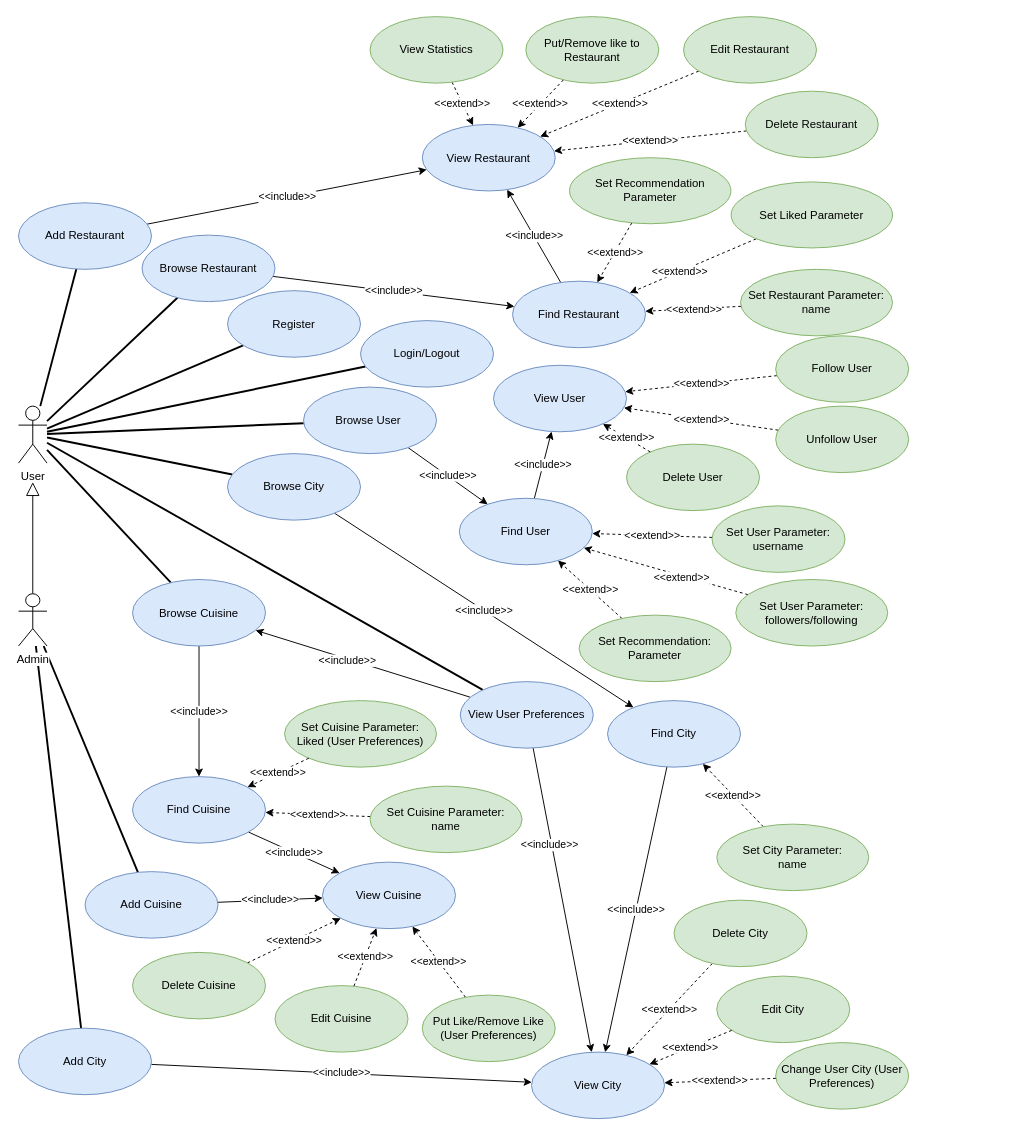
This is diagrams/usecases.drawio from spampas/restaurant_recommendation_graphdb, a draw.io file, before an edit. Source tidied: cells renumbered, new cells numbered last; positions are measured from the earlier drawing's top-left corner, leaving out a move shared by most shapes. Both pictures are drawn from the tidied source at 95%, with x=0, y=0 at pixel (18, 16).
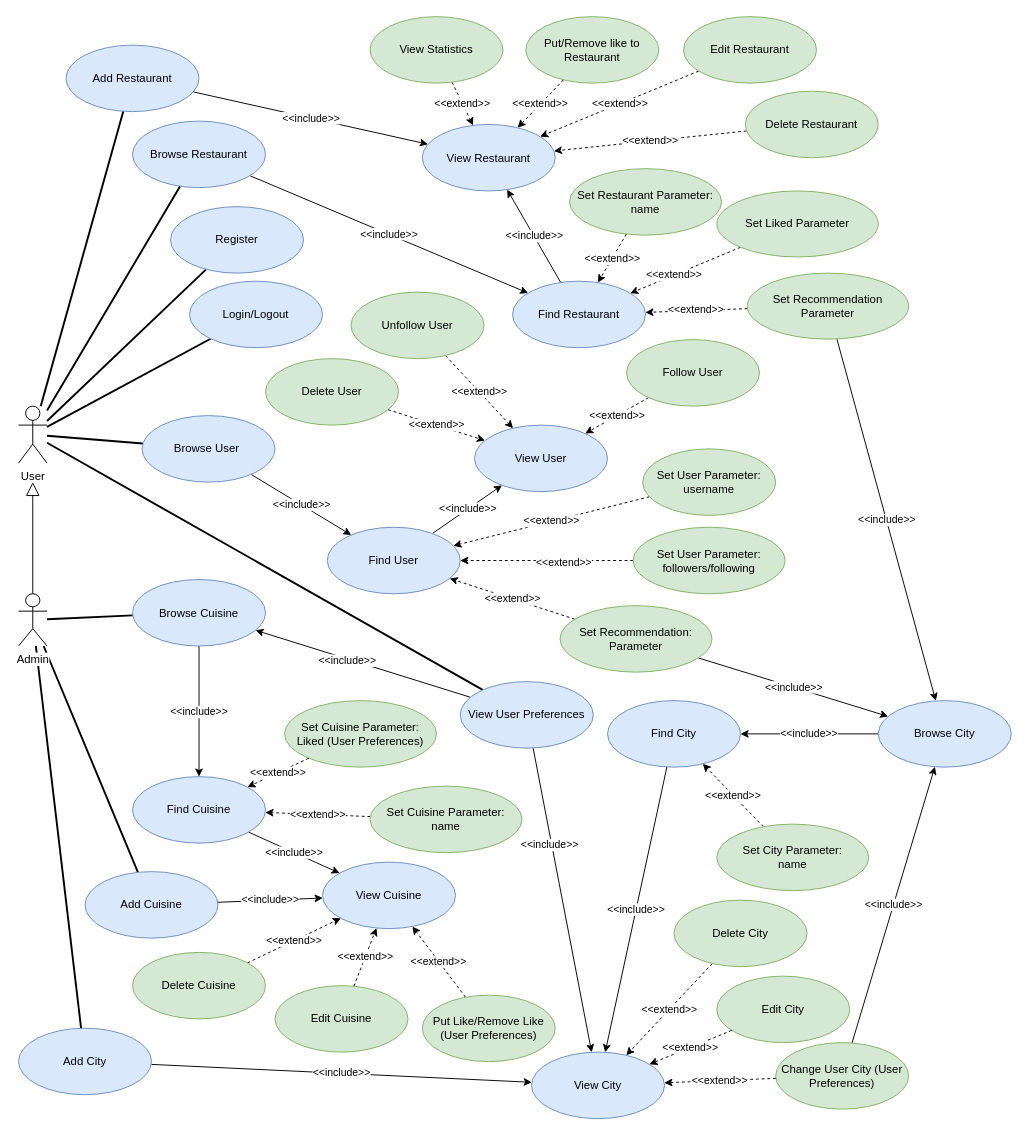
The same diagram, later.

The change refers to these unchanged cells:
```xml
<mxCell id="44" value="Admin" style="shape=umlActor;verticalLabelPosition=bottom;labelBackgroundColor=#ffffff;verticalAlign=top;html=1;" parent="1" vertex="1">
  <mxGeometry y="607.5" width="30" height="55" as="geometry" />
</mxCell>
<mxCell id="58" value="Browse Cuisine" style="ellipse;whiteSpace=wrap;html=1;fontSize=12;fillColor=#dae8fc;strokeColor=#6c8ebf;" parent="1" vertex="1">
  <mxGeometry x="120" y="592.5" width="140" height="70" as="geometry" />
</mxCell>
<mxCell id="89" value="Change User City (User Preferences)" style="ellipse;whiteSpace=wrap;html=1;fontSize=12;fillColor=#d5e8d4;strokeColor=#82b366;" parent="1" vertex="1">
  <mxGeometry x="797" y="1080" width="140" height="70" as="geometry" />
</mxCell>
<mxCell id="91" value="User" style="shape=umlActor;verticalLabelPosition=bottom;labelBackgroundColor=#ffffff;verticalAlign=top;html=1;" parent="1" vertex="1">
  <mxGeometry y="410" width="30" height="60" as="geometry" />
</mxCell>
```

Change to the diagram source:
```diff
@@
-    <mxCell id="7" style="edgeStyle=none;rounded=0;jettySize=auto;html=1;endArrow=none;endFill=0;strokeWidth=2;" parent="1" edge="1" source="91" target="56">
-      <mxGeometry relative="1" as="geometry" />
-    </mxCell>
-    <mxCell id="8" style="edgeStyle=none;rounded=0;jettySize=auto;html=1;endArrow=none;endFill=0;strokeWidth=2;" parent="1" edge="1" source="91" target="58">
+    <mxCell id="8" style="edgeStyle=none;rounded=0;jettySize=auto;html=1;endArrow=none;endFill=0;strokeWidth=2;" parent="1" edge="1" source="44" target="58">
       <mxGeometry relative="1" as="geometry" />
     </mxCell>
@@
     <mxCell id="10" value="Add Restaurant" style="ellipse;whiteSpace=wrap;html=1;fontSize=12;fillColor=#dae8fc;strokeColor=#6c8ebf;" parent="1" vertex="1">
-      <mxGeometry y="196" width="140" height="70" as="geometry" />
+      <mxGeometry x="50" y="30" width="140" height="70" as="geometry" />
     </mxCell>
     <mxCell id="11" value="Register" style="ellipse;whiteSpace=wrap;html=1;fontSize=12;fillColor=#dae8fc;strokeColor=#6c8ebf;" parent="1" vertex="1">
-      <mxGeometry x="220" y="288.5" width="140" height="70" as="geometry" />
+      <mxGeometry x="160" y="200" width="140" height="70" as="geometry" />
     </mxCell>
     <mxCell id="12" value="Login/Logout" style="ellipse;whiteSpace=wrap;html=1;fontSize=12;fillColor=#dae8fc;strokeColor=#6c8ebf;" parent="1" vertex="1">
-      <mxGeometry x="360" y="320" width="140" height="70" as="geometry" />
+      <mxGeometry x="180" y="278.5" width="140" height="70" as="geometry" />
     </mxCell>
@@
     <mxCell id="19" value="Browse User&amp;nbsp;" style="ellipse;whiteSpace=wrap;html=1;fontSize=12;fillColor=#dae8fc;strokeColor=#6c8ebf;" parent="1" vertex="1">
-      <mxGeometry x="300" y="390" width="140" height="70" as="geometry" />
+      <mxGeometry x="130" y="420" width="140" height="70" as="geometry" />
     </mxCell>
@@
     <mxCell id="21" value="Find User" style="ellipse;whiteSpace=wrap;html=1;fontSize=12;fillColor=#dae8fc;strokeColor=#6c8ebf;" parent="1" vertex="1">
-      <mxGeometry x="464" y="507" width="140" height="70" as="geometry" />
+      <mxGeometry x="325" y="537.5" width="140" height="70" as="geometry" />
     </mxCell>
@@
     <mxCell id="23" value="Set User Parameter:&lt;br&gt;username" style="ellipse;whiteSpace=wrap;html=1;fontSize=12;fillColor=#d5e8d4;strokeColor=#82b366;" parent="1" vertex="1">
-      <mxGeometry x="730" y="515" width="140" height="70" as="geometry" />
+      <mxGeometry x="657" y="455" width="140" height="70" as="geometry" />
     </mxCell>
     <mxCell id="24" value="View User" style="ellipse;whiteSpace=wrap;html=1;fontSize=12;fillColor=#dae8fc;strokeColor=#6c8ebf;" parent="1" vertex="1">
-      <mxGeometry x="500" y="367" width="140" height="70" as="geometry" />
+      <mxGeometry x="480" y="430" width="140" height="70" as="geometry" />
     </mxCell>
@@
     <mxCell id="26" value="Follow User" style="ellipse;whiteSpace=wrap;html=1;fontSize=12;fillColor=#d5e8d4;strokeColor=#82b366;" parent="1" vertex="1">
-      <mxGeometry x="797" y="336" width="140" height="70" as="geometry" />
+      <mxGeometry x="640" y="340" width="140" height="70" as="geometry" />
     </mxCell>
@@
     <mxCell id="28" value="Unfollow User" style="ellipse;whiteSpace=wrap;html=1;fontSize=12;fillColor=#d5e8d4;strokeColor=#82b366;" parent="1" vertex="1">
-      <mxGeometry x="797" y="410" width="140" height="70" as="geometry" />
+      <mxGeometry x="350" y="290" width="140" height="70" as="geometry" />
     </mxCell>
@@
     <mxCell id="30" value="Browse Restaurant" style="ellipse;whiteSpace=wrap;html=1;fontSize=12;fillColor=#dae8fc;strokeColor=#6c8ebf;" parent="1" vertex="1">
-      <mxGeometry x="130" y="230" width="140" height="70" as="geometry" />
+      <mxGeometry x="120" y="110" width="140" height="70" as="geometry" />
     </mxCell>
@@
     <mxCell id="34" value="Set Restaurant Parameter:&lt;br&gt;name" style="ellipse;whiteSpace=wrap;html=1;fontSize=12;fillColor=#d5e8d4;strokeColor=#82b366;" parent="1" vertex="1">
-      <mxGeometry x="760" y="266" width="160" height="70" as="geometry" />
+      <mxGeometry x="580" y="160" width="160" height="70" as="geometry" />
     </mxCell>
@@
+    <mxCell id="94" value="&amp;lt;&amp;lt;include&amp;gt;&amp;gt;" style="edgeStyle=none;rounded=0;jettySize=auto;html=1;" parent="1" edge="1" source="36" target="56">
+      <mxGeometry relative="1" as="geometry" />
+    </mxCell>
     <mxCell id="36" value="Set Recommendation Parameter" style="ellipse;whiteSpace=wrap;html=1;fontSize=12;fillColor=#d5e8d4;strokeColor=#82b366;" parent="1" vertex="1">
-      <mxGeometry x="580" y="148.5" width="169.9" height="69.5" as="geometry" />
+      <mxGeometry x="767.1" y="270" width="169.9" height="69.5" as="geometry" />
     </mxCell>
@@
+    <mxCell id="95" value="&amp;lt;&amp;lt;include&amp;gt;&amp;gt;" style="edgeStyle=none;rounded=0;jettySize=auto;html=1;" parent="1" edge="1" source="40" target="56">
+      <mxGeometry relative="1" as="geometry" />
+    </mxCell>
     <mxCell id="40" value="Set Recommendation: Parameter" style="ellipse;whiteSpace=wrap;html=1;fontSize=12;fillColor=#d5e8d4;strokeColor=#82b366;" parent="1" vertex="1">
-      <mxGeometry x="590.1" y="630" width="160" height="70" as="geometry" />
+      <mxGeometry x="570" y="620" width="160" height="70" as="geometry" />
     </mxCell>
@@
     <mxCell id="56" value="Browse City" style="ellipse;whiteSpace=wrap;html=1;fontSize=12;fillColor=#dae8fc;strokeColor=#6c8ebf;" parent="1" vertex="1">
-      <mxGeometry x="220" y="460" width="140" height="70" as="geometry" />
+      <mxGeometry x="905" y="720" width="140" height="70" as="geometry" />
     </mxCell>
@@
     <mxCell id="73" value="Set Liked Parameter" style="ellipse;whiteSpace=wrap;html=1;fontSize=12;fillColor=#d5e8d4;strokeColor=#82b366;" parent="1" vertex="1">
-      <mxGeometry x="750.1" y="174" width="169.9" height="69.5" as="geometry" />
+      <mxGeometry x="735.1" y="183.5" width="169.9" height="69.5" as="geometry" />
     </mxCell>
@@
     <mxCell id="76" value="Set User Parameter: followers/following" style="ellipse;whiteSpace=wrap;html=1;fontSize=12;fillColor=#d5e8d4;strokeColor=#82b366;" parent="1" vertex="1">
-      <mxGeometry x="755" y="592.5" width="160" height="70" as="geometry" />
+      <mxGeometry x="647" y="537.5" width="160" height="70" as="geometry" />
     </mxCell>
@@
+    <mxCell id="96" value="&amp;lt;&amp;lt;include&amp;gt;&amp;gt;" style="rounded=0;jettySize=auto;html=1;" parent="1" edge="1" source="89" target="56">
+      <mxGeometry relative="1" as="geometry" />
+    </mxCell>
@@
     <mxCell id="92" value="Delete User" style="ellipse;whiteSpace=wrap;html=1;fontSize=12;fillColor=#d5e8d4;strokeColor=#82b366;" parent="1" vertex="1">
-      <mxGeometry x="640" y="450" width="140" height="70" as="geometry" />
+      <mxGeometry x="260" y="360" width="140" height="70" as="geometry" />
     </mxCell>
```
